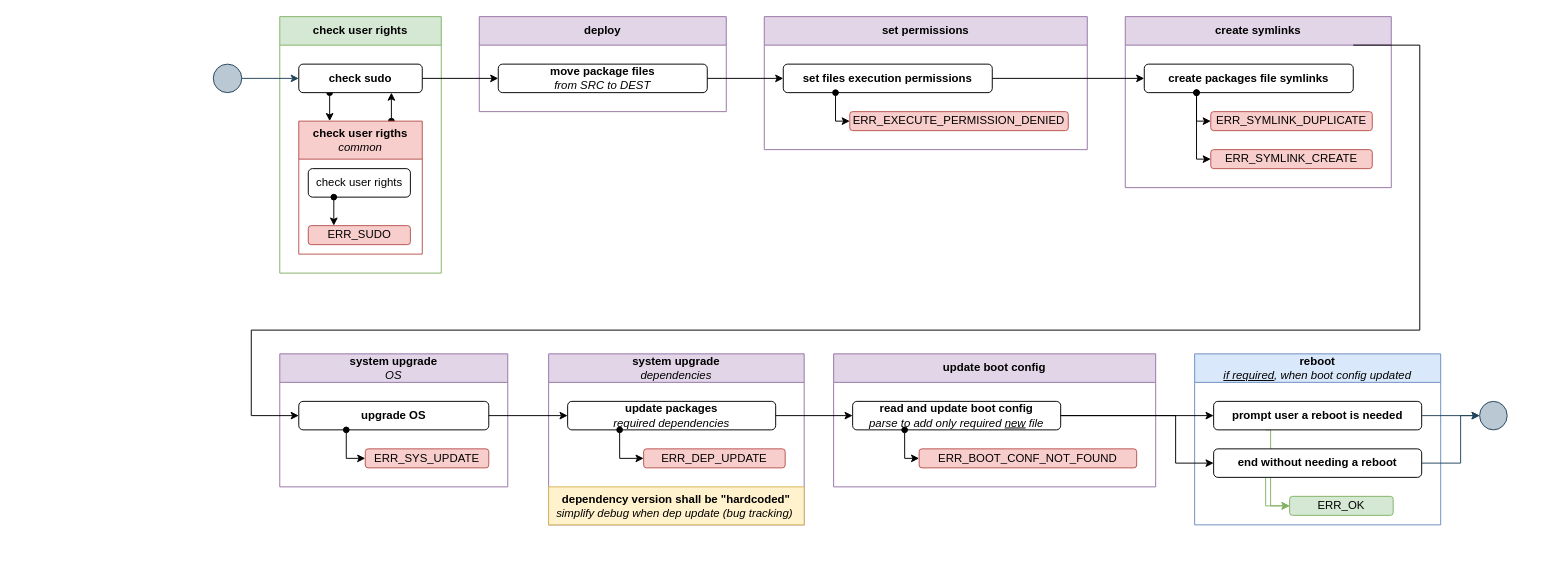
Above: page "install-process" (2 of 6) of docs/arch/arch.drawio in repeact/embedded-sw (draw.io), before the change. Source tidied: cells renumbered, new cells numbered last; positions are measured from the earlier drawing's top-left corner, leaving out a move shared by most shapes. Both pictures are drawn from the tidied source at 95%, with x=0, y=0 at pixel (213, 16).
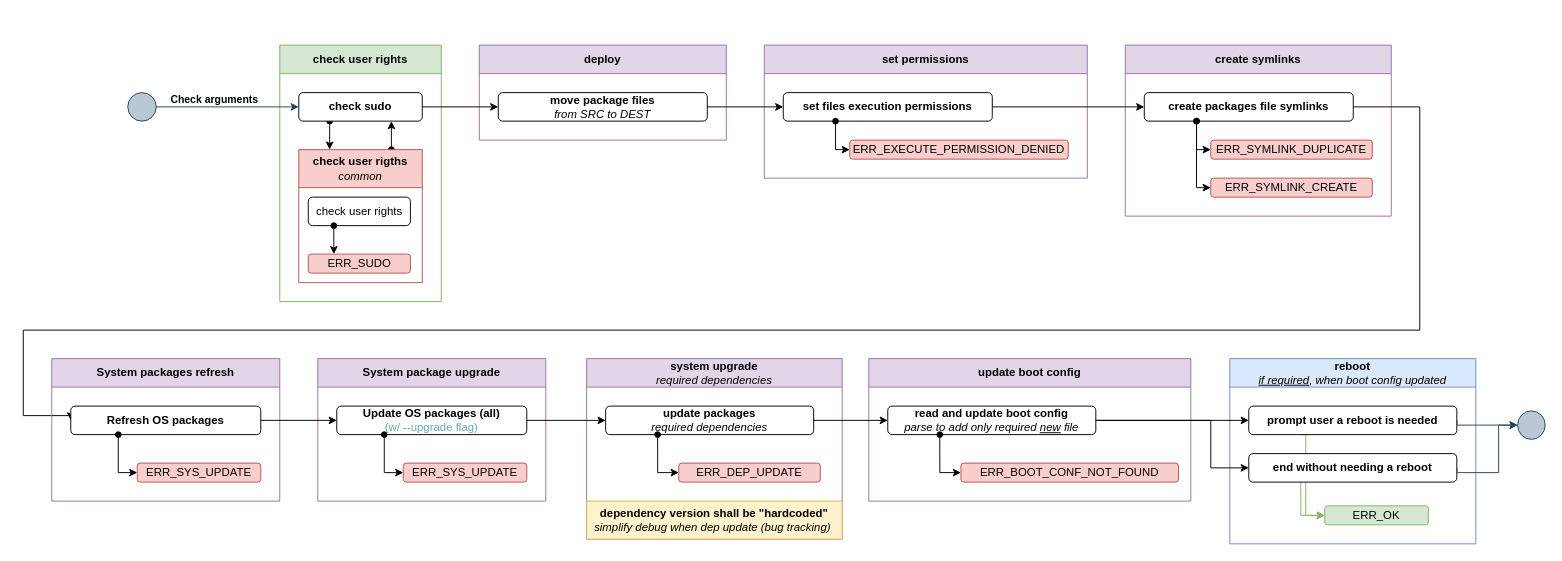
The same diagram, later.

Commit message:
docs(arch): add install process upgrade flag

Unchanged cells that the change refers to:
```xml
<mxCell id="17" value="create packages file symlinks" style="rounded=1;whiteSpace=wrap;html=1;fontStyle=1;" parent="16" vertex="1">
  <mxGeometry x="20" y="50" width="220" height="30" as="geometry" />
</mxCell>
<mxCell id="27" value="&lt;b&gt;read and update boot config&lt;/b&gt;&lt;div&gt;&lt;i&gt;parse to add only required &lt;u style=&quot;&quot;&gt;new&lt;/u&gt; file&lt;/i&gt;&lt;/div&gt;" style="rounded=1;whiteSpace=wrap;html=1;" parent="26" vertex="1">
  <mxGeometry x="20" y="50" width="219" height="30" as="geometry" />
</mxCell>
<mxCell id="32" value="prompt user a reboot is needed" style="rounded=1;whiteSpace=wrap;html=1;fontStyle=1;" parent="30" vertex="1">
  <mxGeometry x="20" y="50" width="219" height="30" as="geometry" />
</mxCell>
<mxCell id="34" value="end without needing a reboot" style="rounded=1;whiteSpace=wrap;html=1;fontStyle=1;" parent="30" vertex="1">
  <mxGeometry x="20" y="100" width="219" height="30" as="geometry" />
</mxCell>
<mxCell id="37" value="&lt;b&gt;update packages&lt;/b&gt;&lt;div&gt;&lt;i&gt;required dependencies&lt;/i&gt;&lt;/div&gt;" style="rounded=1;whiteSpace=wrap;html=1;" parent="36" vertex="1">
  <mxGeometry x="20" y="50" width="219" height="30" as="geometry" />
</mxCell>
<mxCell id="50" style="edgeStyle=orthogonalEdgeStyle;rounded=0;jettySize=auto;html=1;entryX=0;entryY=0.5;entryDx=0;entryDy=0;fillColor=#bac8d3;strokeColor=#23445d;" parent="1" edge="1" source="49" target="9">
  <mxGeometry relative="1" as="geometry" />
</mxCell>
```

Change to the diagram source:
```diff
@@
     <mxCell id="2" value="check user rights" style="swimlane;whiteSpace=wrap;html=1;startSize=30;fillColor=#d5e8d4;strokeColor=#82b366;" parent="1" vertex="1">
-      <mxGeometry x="70" width="170" height="270" as="geometry" />
+      <mxGeometry x="70" y="30" width="170" height="270" as="geometry" />
     </mxCell>
@@
     <mxCell id="10" value="deploy" style="swimlane;whiteSpace=wrap;html=1;startSize=30;fillColor=#e1d5e7;strokeColor=#9673a6;" parent="1" vertex="1">
-      <mxGeometry x="280" width="260" height="100" as="geometry" />
+      <mxGeometry x="280" y="30" width="260" height="100" as="geometry" />
     </mxCell>
@@
     <mxCell id="12" value="set permissions" style="swimlane;whiteSpace=wrap;html=1;startSize=30;fillColor=#e1d5e7;strokeColor=#9673a6;" parent="1" vertex="1">
-      <mxGeometry x="580" width="340" height="140" as="geometry" />
+      <mxGeometry x="580" y="30" width="340" height="140" as="geometry" />
     </mxCell>
@@
     <mxCell id="16" value="create symlinks" style="swimlane;whiteSpace=wrap;html=1;startSize=30;fillColor=#e1d5e7;strokeColor=#9673a6;" parent="1" vertex="1">
-      <mxGeometry x="960" width="280" height="180" as="geometry" />
+      <mxGeometry x="960" y="30" width="280" height="180" as="geometry" />
     </mxCell>
@@
-    <mxCell id="22" value="system upgrade&lt;div&gt;&lt;span style=&quot;font-weight: normal;&quot;&gt;&lt;i&gt;OS&lt;/i&gt;&lt;/span&gt;&lt;/div&gt;" style="swimlane;whiteSpace=wrap;html=1;startSize=30;fillColor=#e1d5e7;strokeColor=#9673a6;" parent="1" vertex="1">
-      <mxGeometry x="70" y="355" width="240" height="140" as="geometry" />
+    <mxCell id="22" value="System package upgrade" style="swimlane;whiteSpace=wrap;html=1;startSize=30;fillColor=#e1d5e7;strokeColor=#9673a6;" parent="1" vertex="1">
+      <mxGeometry x="110" y="360" width="240" height="150" as="geometry" />
     </mxCell>
-    <mxCell id="23" value="upgrade OS" style="rounded=1;whiteSpace=wrap;html=1;fontStyle=1;" parent="22" vertex="1">
+    <mxCell id="23" value="Update OS packages (all)&lt;div&gt;&lt;span style=&quot;font-weight: normal;&quot;&gt;&lt;font style=&quot;color: rgb(103, 171, 159);&quot;&gt;(w/ --upgrade flag)&lt;/font&gt;&lt;/span&gt;&lt;/div&gt;" style="rounded=1;whiteSpace=wrap;html=1;fontStyle=1;" parent="22" vertex="1">
       <mxGeometry x="20" y="50" width="200" height="30" as="geometry" />
     </mxCell>
     <mxCell id="24" style="edgeStyle=orthogonalEdgeStyle;rounded=0;jettySize=auto;html=1;exitX=0.25;exitY=1;exitDx=0;exitDy=0;entryX=0;entryY=0.5;entryDx=0;entryDy=0;startArrow=oval;startFill=1;" parent="22" edge="1" source="23" target="25">
       <mxGeometry relative="1" as="geometry">
         <Array as="points">
-          <mxPoint x="70" y="110" />
+          <mxPoint x="70" y="120" />
         </Array>
       </mxGeometry>
     </mxCell>
     <mxCell id="25" value="ERR_SYS_UPDATE" style="rounded=1;whiteSpace=wrap;html=1;fillColor=#f8cecc;strokeColor=#b85450;" parent="22" vertex="1">
-      <mxGeometry x="90" y="100" width="130" height="20" as="geometry" />
+      <mxGeometry x="90" y="110" width="130" height="20" as="geometry" />
     </mxCell>
     <mxCell id="26" value="update boot config" style="swimlane;whiteSpace=wrap;html=1;startSize=30;fillColor=#e1d5e7;strokeColor=#9673a6;" parent="1" vertex="1">
-      <mxGeometry x="653" y="355" width="339" height="140" as="geometry" />
+      <mxGeometry x="690" y="360" width="339" height="150" as="geometry" />
     </mxCell>
@@
     <mxCell id="28" style="edgeStyle=orthogonalEdgeStyle;rounded=0;jettySize=auto;html=1;exitX=0.25;exitY=1;exitDx=0;exitDy=0;entryX=0;entryY=0.5;entryDx=0;entryDy=0;startArrow=oval;startFill=1;" parent="26" edge="1" source="27" target="29">
       <mxGeometry relative="1" as="geometry">
         <Array as="points">
-          <mxPoint x="75" y="110" />
+          <mxPoint x="75" y="120" />
         </Array>
       </mxGeometry>
     </mxCell>
     <mxCell id="29" value="ERR_BOOT_CONF_NOT_FOUND" style="rounded=1;whiteSpace=wrap;html=1;fillColor=#f8cecc;strokeColor=#b85450;" parent="26" vertex="1">
-      <mxGeometry x="90" y="100" width="229" height="20" as="geometry" />
+      <mxGeometry x="97" y="110" width="229" height="20" as="geometry" />
     </mxCell>
     <mxCell id="30" value="reboot&lt;div&gt;&lt;span style=&quot;font-weight: normal;&quot;&gt;&lt;i&gt;&lt;u&gt;if required&lt;/u&gt;, when boot config updated&lt;/i&gt;&lt;/span&gt;&lt;/div&gt;" style="swimlane;whiteSpace=wrap;html=1;startSize=30;fillColor=#dae8fc;strokeColor=#6c8ebf;" parent="1" vertex="1">
-      <mxGeometry x="1033" y="355" width="259" height="180" as="geometry" />
+      <mxGeometry x="1070" y="360" width="259" height="195" as="geometry" />
     </mxCell>
     <mxCell id="31" style="edgeStyle=orthogonalEdgeStyle;rounded=0;jettySize=auto;html=1;exitX=0.25;exitY=1;exitDx=0;exitDy=0;entryX=0;entryY=0.5;entryDx=0;entryDy=0;fillColor=#d5e8d4;strokeColor=#82b366;" parent="30" edge="1" source="32" target="35">
       <mxGeometry relative="1" as="geometry">
         <Array as="points">
           <mxPoint x="80" y="80" />
-          <mxPoint x="80" y="160" />
+          <mxPoint x="80" y="165" />
         </Array>
       </mxGeometry>
     </mxCell>
@@
     <mxCell id="33" style="edgeStyle=orthogonalEdgeStyle;rounded=0;jettySize=auto;html=1;exitX=0.25;exitY=1;exitDx=0;exitDy=0;entryX=0;entryY=0.5;entryDx=0;entryDy=0;fillColor=#d5e8d4;strokeColor=#82b366;" parent="30" edge="1" source="34" target="35">
       <mxGeometry relative="1" as="geometry">
         <Array as="points">
-          <mxPoint x="75" y="160" />
+          <mxPoint x="75" y="165" />
         </Array>
       </mxGeometry>
     </mxCell>
@@
     <mxCell id="35" value="ERR_OK" style="rounded=1;whiteSpace=wrap;html=1;fillColor=#d5e8d4;strokeColor=#82b366;" parent="30" vertex="1">
-      <mxGeometry x="100" y="150" width="109" height="20" as="geometry" />
+      <mxGeometry x="100" y="155" width="109" height="20" as="geometry" />
     </mxCell>
-    <mxCell id="36" value="system upgrade&lt;div&gt;&lt;span style=&quot;font-weight: normal;&quot;&gt;&lt;i&gt;dependencies&lt;/i&gt;&lt;/span&gt;&lt;/div&gt;" style="swimlane;whiteSpace=wrap;html=1;startSize=30;fillColor=#e1d5e7;strokeColor=#9673a6;" parent="1" vertex="1">
-      <mxGeometry x="353" y="355" width="269" height="180" as="geometry" />
+    <mxCell id="36" value="system upgrade&lt;div&gt;&lt;span style=&quot;font-weight: normal;&quot;&gt;&lt;i&gt;required dependencies&lt;/i&gt;&lt;/span&gt;&lt;/div&gt;" style="swimlane;whiteSpace=wrap;html=1;startSize=30;fillColor=#e1d5e7;strokeColor=#9673a6;" parent="1" vertex="1">
+      <mxGeometry x="393" y="360" width="269" height="190" as="geometry" />
     </mxCell>
@@
     <mxCell id="38" style="edgeStyle=orthogonalEdgeStyle;rounded=0;jettySize=auto;html=1;exitX=0.25;exitY=1;exitDx=0;exitDy=0;entryX=0;entryY=0.5;entryDx=0;entryDy=0;startArrow=oval;startFill=1;" parent="36" edge="1" source="37" target="39">
       <mxGeometry relative="1" as="geometry">
         <Array as="points">
-          <mxPoint x="75" y="110" />
+          <mxPoint x="75" y="120" />
         </Array>
       </mxGeometry>
     </mxCell>
     <mxCell id="39" value="ERR_DEP_UPDATE" style="rounded=1;whiteSpace=wrap;html=1;fillColor=#f8cecc;strokeColor=#b85450;" parent="36" vertex="1">
-      <mxGeometry x="100" y="100" width="149" height="20" as="geometry" />
+      <mxGeometry x="97" y="110" width="149" height="20" as="geometry" />
     </mxCell>
     <mxCell id="40" value="dependency version shall be &quot;hardcoded&quot;&lt;div&gt;&lt;span style=&quot;font-weight: normal;&quot;&gt;&lt;i&gt;simplify debug when dep update (bug tracking)&lt;/i&gt;&lt;/span&gt;&amp;nbsp;&lt;/div&gt;" style="rounded=0;whiteSpace=wrap;html=1;fillColor=#fff2cc;strokeColor=#d6b656;fontStyle=1;" parent="36" vertex="1">
-      <mxGeometry y="140" width="269" height="40" as="geometry" />
+      <mxGeometry y="150" width="269" height="40" as="geometry" />
     </mxCell>
@@
-    <mxCell id="44" style="edgeStyle=orthogonalEdgeStyle;rounded=0;jettySize=auto;html=1;exitX=1;exitY=0.5;exitDx=0;exitDy=0;entryX=0;entryY=0.5;entryDx=0;entryDy=0;" parent="1" edge="1" target="23">
+    <mxCell id="44" style="edgeStyle=orthogonalEdgeStyle;rounded=0;jettySize=auto;html=1;exitX=1;exitY=0.5;exitDx=0;exitDy=0;entryX=0;entryY=0.5;entryDx=0;entryDy=0;" parent="1" edge="1" source="17" target="56">
       <mxGeometry relative="1" as="geometry">
-        <mxPoint x="1200" y="30" as="sourcePoint" />
         <Array as="points">
-          <mxPoint x="1270" y="30" />
+          <mxPoint x="1270" y="95" />
           <mxPoint x="1270" y="330" />
-          <mxPoint x="40" y="330" />
-          <mxPoint x="40" y="420" />
+          <mxPoint x="-200" y="330" />
+          <mxPoint x="-200" y="420" />
+          <mxPoint x="-150" y="420" />
         </Array>
       </mxGeometry>
     </mxCell>
@@
     <mxCell id="47" style="edgeStyle=orthogonalEdgeStyle;rounded=0;jettySize=auto;html=1;exitX=1;exitY=0.5;exitDx=0;exitDy=0;entryX=0;entryY=0.5;entryDx=0;entryDy=0;" parent="1" edge="1" source="27" target="32">
-      <mxGeometry relative="1" as="geometry" />
+      <mxGeometry relative="1" as="geometry">
+        <Array as="points">
+          <mxPoint x="929" y="425" />
+        </Array>
+      </mxGeometry>
     </mxCell>
     <mxCell id="48" style="edgeStyle=orthogonalEdgeStyle;rounded=0;jettySize=auto;html=1;exitX=1;exitY=0.5;exitDx=0;exitDy=0;entryX=0;entryY=0.5;entryDx=0;entryDy=0;" parent="1" edge="1" source="27" target="34">
       <mxGeometry relative="1" as="geometry">
         <Array as="points">
-          <mxPoint x="1013" y="420" />
-          <mxPoint x="1013" y="470" />
+          <mxPoint x="1050" y="425" />
+          <mxPoint x="1050" y="475" />
         </Array>
       </mxGeometry>
     </mxCell>
     <mxCell id="49" style="ellipse;whiteSpace=wrap;html=1;fillColor=#bac8d3;strokeColor=#23445d;" parent="1" vertex="1">
-      <mxGeometry y="50" width="30" height="30" as="geometry" />
+      <mxGeometry x="-90" y="80" width="30" height="30" as="geometry" />
     </mxCell>
@@
+    <mxCell id="54" value="Check arguments" style="edgeLabel;html=1;align=center;verticalAlign=middle;fontStyle=1;" parent="50" vertex="1">
+      <mxGeometry x="-0.2" y="-1" relative="1" as="geometry">
+        <mxPoint y="-10" as="offset" />
+      </mxGeometry>
+    </mxCell>
     <mxCell id="51" style="ellipse;whiteSpace=wrap;html=1;fillColor=#bac8d3;strokeColor=#23445d;" parent="1" vertex="1">
-      <mxGeometry x="1333" y="405" width="29" height="30" as="geometry" />
+      <mxGeometry x="1373" y="415" width="29" height="30" as="geometry" />
     </mxCell>
     <mxCell id="52" style="edgeStyle=orthogonalEdgeStyle;rounded=0;jettySize=auto;html=1;exitX=1;exitY=0.5;exitDx=0;exitDy=0;entryX=0;entryY=0.5;entryDx=0;entryDy=0;fillColor=#bac8d3;strokeColor=#23445d;" parent="1" edge="1" source="32" target="51">
       <mxGeometry relative="1" as="geometry">
         <Array as="points">
-          <mxPoint x="1323" y="420" />
-          <mxPoint x="1323" y="420" />
+          <mxPoint x="1363" y="430" />
+          <mxPoint x="1363" y="430" />
         </Array>
       </mxGeometry>
     </mxCell>
     <mxCell id="53" style="edgeStyle=orthogonalEdgeStyle;rounded=0;jettySize=auto;html=1;exitX=1;exitY=0.5;exitDx=0;exitDy=0;entryX=0;entryY=0.5;entryDx=0;entryDy=0;fillColor=#bac8d3;strokeColor=#23445d;" parent="1" edge="1" source="34" target="51">
       <mxGeometry relative="1" as="geometry">
         <Array as="points">
-          <mxPoint x="1313" y="470" />
-          <mxPoint x="1313" y="420" />
+          <mxPoint x="1353" y="480" />
+          <mxPoint x="1353" y="430" />
         </Array>
       </mxGeometry>
     </mxCell>
+    <mxCell id="55" value="System packages refresh" style="swimlane;whiteSpace=wrap;html=1;startSize=30;fillColor=#e1d5e7;strokeColor=#9673a6;" parent="1" vertex="1">
+      <mxGeometry x="-170" y="360" width="240" height="150" as="geometry" />
+    </mxCell>
+    <mxCell id="56" value="Refresh OS packages" style="rounded=1;whiteSpace=wrap;html=1;fontStyle=1;" parent="55" vertex="1">
+      <mxGeometry x="20" y="50" width="200" height="30" as="geometry" />
+    </mxCell>
+    <mxCell id="57" style="edgeStyle=orthogonalEdgeStyle;rounded=0;jettySize=auto;html=1;exitX=0.25;exitY=1;exitDx=0;exitDy=0;entryX=0;entryY=0.5;entryDx=0;entryDy=0;startArrow=oval;startFill=1;" parent="55" edge="1" source="56" target="58">
+      <mxGeometry relative="1" as="geometry">
+        <Array as="points">
+          <mxPoint x="70" y="120" />
+        </Array>
+      </mxGeometry>
+    </mxCell>
+    <mxCell id="58" value="ERR_SYS_UPDATE" style="rounded=1;whiteSpace=wrap;html=1;fillColor=#f8cecc;strokeColor=#b85450;" parent="55" vertex="1">
+      <mxGeometry x="90" y="110" width="130" height="20" as="geometry" />
+    </mxCell>
+    <mxCell id="59" style="edgeStyle=orthogonalEdgeStyle;rounded=0;jettySize=auto;html=1;exitX=1;exitY=0.5;exitDx=0;exitDy=0;entryX=0;entryY=0.5;entryDx=0;entryDy=0;" parent="1" edge="1" source="56" target="23">
+      <mxGeometry relative="1" as="geometry" />
+    </mxCell>
```
